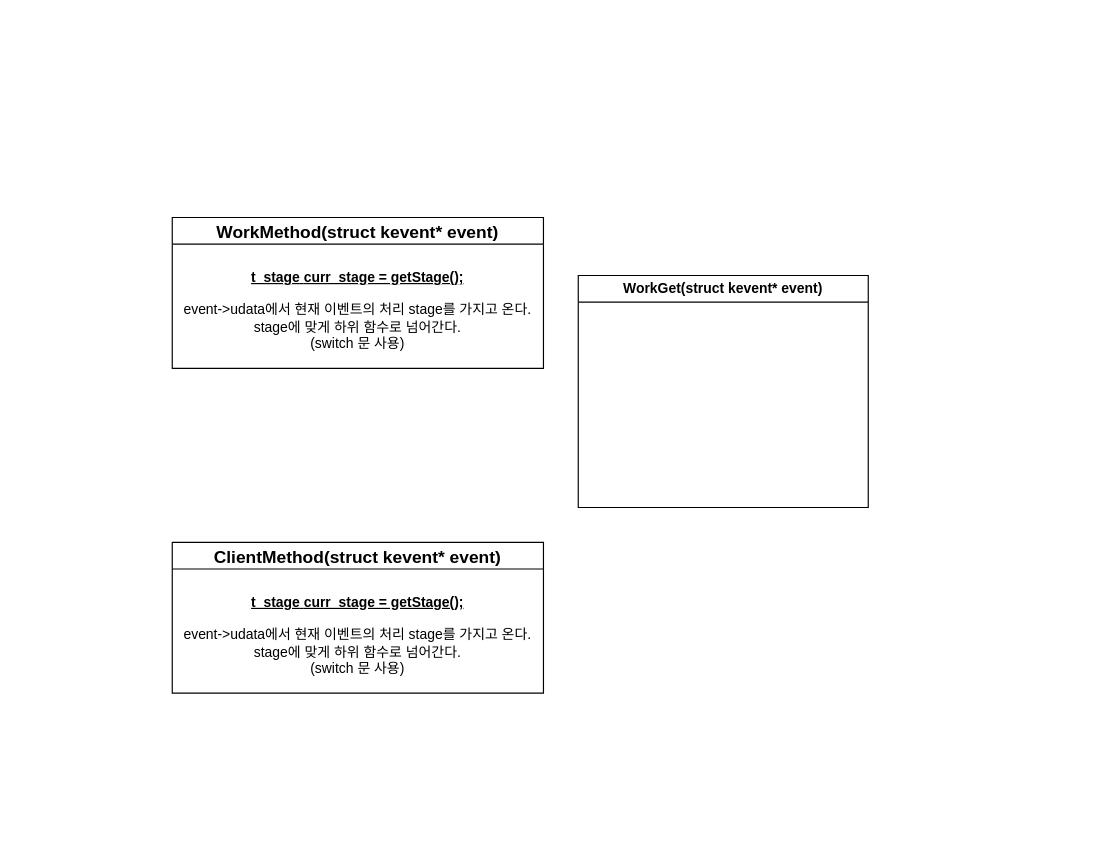
Above: page "method_overall" (3 of 3) of webserv2.0.drawio in webservVer2-0/webServ (draw.io), before the change. Source tidied: cells renumbered, new cells numbered last; positions are measured from the earlier drawing's top-left corner, leaving out a move shared by most shapes. Both pictures are drawn from the tidied source at 116%, with x=0, y=0 at pixel (172, 217).
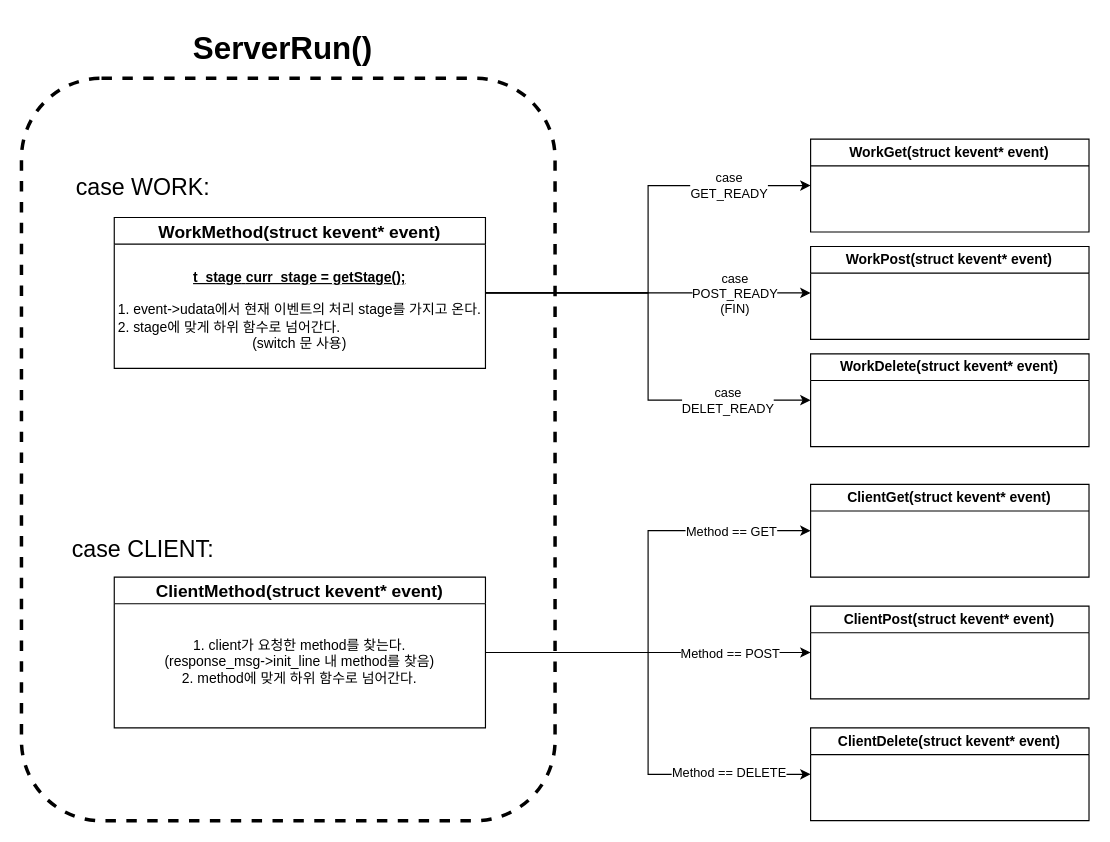
Above is the later version.

Commit message:
WIP: method들이 ServerRun()내 어떻게 구현될지 기본틀을 작성중

Change to the diagram source:
```diff
@@
+    <mxCell id="7" style="rounded=1;whiteSpace=wrap;html=1;fillColor=none;dashed=1;strokeWidth=3;" parent="1" vertex="1">
+      <mxGeometry x="-130" y="-120" width="460" height="640" as="geometry" />
+    </mxCell>
+    <mxCell id="8" style="edgeStyle=orthogonalEdgeStyle;rounded=0;jettySize=auto;html=1;entryX=0;entryY=0.5;entryDx=0;entryDy=0;" parent="1" edge="1" source="2" target="6">
+      <mxGeometry relative="1" as="geometry" />
+    </mxCell>
+    <mxCell id="9" value="case &lt;br&gt;GET_READY" style="edgeLabel;html=1;align=center;verticalAlign=middle;" parent="8" vertex="1">
+      <mxGeometry x="0.53" y="-1" relative="1" as="geometry">
+        <mxPoint x="17" y="-1" as="offset" />
+      </mxGeometry>
+    </mxCell>
+    <mxCell id="10" style="edgeStyle=orthogonalEdgeStyle;rounded=0;jettySize=auto;html=1;entryX=0;entryY=0.5;entryDx=0;entryDy=0;" parent="1" edge="1" source="2" target="20">
+      <mxGeometry relative="1" as="geometry" />
+    </mxCell>
+    <mxCell id="11" value="case &lt;br&gt;POST_READY&lt;br&gt;(FIN)" style="edgeLabel;html=1;align=center;verticalAlign=middle;" parent="10" vertex="1">
+      <mxGeometry x="0.28" y="2" relative="1" as="geometry">
+        <mxPoint x="35" y="2" as="offset" />
+      </mxGeometry>
+    </mxCell>
+    <mxCell id="12" style="edgeStyle=orthogonalEdgeStyle;rounded=0;jettySize=auto;html=1;entryX=0;entryY=0.5;entryDx=0;entryDy=0;" parent="1" edge="1" source="2" target="21">
+      <mxGeometry relative="1" as="geometry" />
+    </mxCell>
+    <mxCell id="13" value="case&lt;br&gt;DELET_READY" style="edgeLabel;html=1;align=center;verticalAlign=middle;" parent="12" vertex="1">
+      <mxGeometry x="0.54" y="-2" relative="1" as="geometry">
+        <mxPoint x="14" y="-2" as="offset" />
+      </mxGeometry>
+    </mxCell>
     <mxCell id="2" value="&lt;font style=&quot;font-size: 15px;&quot;&gt;WorkMethod(struct kevent* event)&lt;/font&gt;" style="swimlane;whiteSpace=wrap;html=1;" parent="1" vertex="1">
-      <mxGeometry width="320" height="130" as="geometry" />
+      <mxGeometry x="-50" width="320" height="130" as="geometry" />
     </mxCell>
-    <mxCell id="3" value="&lt;u&gt;&lt;b&gt;t_stage&lt;span style=&quot;white-space: pre;&quot;&gt; &lt;/span&gt;curr_stage = getStage();&lt;br&gt;&lt;/b&gt;&lt;/u&gt;&lt;br&gt;event-&amp;gt;udata에서 현재 이벤트의 처리 stage를 가지고 온다.&lt;br&gt;stage에 맞게 하위 함수로 넘어간다.&lt;br&gt;(switch 문 사용)" style="text;strokeColor=none;align=center;fillColor=none;html=1;verticalAlign=middle;whiteSpace=wrap;rounded=0;" parent="2" vertex="1">
+    <mxCell id="3" value="&lt;u&gt;&lt;b&gt;t_stage&lt;span style=&quot;white-space: pre;&quot;&gt; &lt;/span&gt;curr_stage = getStage();&lt;br&gt;&lt;/b&gt;&lt;/u&gt;&lt;br&gt;1. event-&amp;gt;udata에서 현재 이벤트의 처리 stage를 가지고 온다.&lt;br&gt;&lt;div style=&quot;text-align: left;&quot;&gt;&lt;span style=&quot;background-color: initial;&quot;&gt;2. stage에 맞게 하위 함수로 넘어간다.&lt;/span&gt;&lt;/div&gt;(switch 문 사용)" style="text;strokeColor=none;align=center;fillColor=none;html=1;verticalAlign=middle;whiteSpace=wrap;rounded=0;" parent="2" vertex="1">
       <mxGeometry y="30" width="320" height="100" as="geometry" />
     </mxCell>
+    <mxCell id="14" style="edgeStyle=orthogonalEdgeStyle;rounded=0;jettySize=auto;html=1;entryX=0;entryY=0.5;entryDx=0;entryDy=0;" parent="1" edge="1" source="4" target="22">
+      <mxGeometry relative="1" as="geometry" />
+    </mxCell>
+    <mxCell id="15" value="Method == GET" style="edgeLabel;html=1;align=center;verticalAlign=middle;" parent="14" vertex="1">
+      <mxGeometry x="0.53" y="1" relative="1" as="geometry">
+        <mxPoint x="21" y="1" as="offset" />
+      </mxGeometry>
+    </mxCell>
+    <mxCell id="16" style="edgeStyle=orthogonalEdgeStyle;rounded=0;jettySize=auto;html=1;entryX=0;entryY=0.5;entryDx=0;entryDy=0;" parent="1" edge="1" source="4" target="23">
+      <mxGeometry relative="1" as="geometry" />
+    </mxCell>
+    <mxCell id="17" value="Method == POST" style="edgeLabel;html=1;align=center;verticalAlign=middle;" parent="16" vertex="1">
+      <mxGeometry x="0.45" relative="1" as="geometry">
+        <mxPoint x="7" as="offset" />
+      </mxGeometry>
+    </mxCell>
+    <mxCell id="18" style="edgeStyle=orthogonalEdgeStyle;rounded=0;jettySize=auto;html=1;entryX=0;entryY=0.5;entryDx=0;entryDy=0;" parent="1" edge="1" source="4" target="24">
+      <mxGeometry relative="1" as="geometry" />
+    </mxCell>
+    <mxCell id="19" value="Method == DELETE" style="edgeLabel;html=1;align=center;verticalAlign=middle;" parent="18" vertex="1">
+      <mxGeometry x="0.63" y="2" relative="1" as="geometry" />
+    </mxCell>
     <mxCell id="4" value="&lt;font style=&quot;font-size: 15px;&quot;&gt;ClientMethod(struct kevent* event)&lt;/font&gt;" style="swimlane;whiteSpace=wrap;html=1;" parent="1" vertex="1">
-      <mxGeometry y="280" width="320" height="130" as="geometry" />
+      <mxGeometry x="-50" y="310" width="320" height="130" as="geometry" />
     </mxCell>
-    <mxCell id="5" value="&lt;u&gt;&lt;b&gt;t_stage&lt;span style=&quot;white-space: pre;&quot;&gt; &lt;/span&gt;curr_stage = getStage();&lt;br&gt;&lt;/b&gt;&lt;/u&gt;&lt;br&gt;event-&amp;gt;udata에서 현재 이벤트의 처리 stage를 가지고 온다.&lt;br&gt;stage에 맞게 하위 함수로 넘어간다.&lt;br&gt;(switch 문 사용)" style="text;strokeColor=none;align=center;fillColor=none;html=1;verticalAlign=middle;whiteSpace=wrap;rounded=0;" parent="4" vertex="1">
+    <mxCell id="5" value="&lt;span&gt;&lt;span&gt;1. client가 요청한 method를 찾는다.&lt;br&gt;(response_msg-&amp;gt;init_line 내 method를 찾음)&lt;br&gt;2. method에 맞게 하위 함수로 넘어간다.&lt;br&gt;&lt;br&gt;&lt;/span&gt;&lt;/span&gt;" style="text;strokeColor=none;align=center;fillColor=none;html=1;verticalAlign=middle;whiteSpace=wrap;rounded=0;fontStyle=0;" parent="4" vertex="1">
       <mxGeometry y="30" width="320" height="100" as="geometry" />
     </mxCell>
     <mxCell id="6" value="WorkGet(struct kevent* event)" style="swimlane;whiteSpace=wrap;html=1;" parent="1" vertex="1">
-      <mxGeometry x="350" y="50" width="250" height="200" as="geometry" />
+      <mxGeometry x="550.3" y="-67.5" width="240" height="80" as="geometry" />
     </mxCell>
+    <mxCell id="20" value="WorkPost(struct kevent* event)" style="swimlane;whiteSpace=wrap;html=1;" parent="1" vertex="1">
+      <mxGeometry x="550.3" y="25" width="240" height="80" as="geometry" />
+    </mxCell>
+    <mxCell id="21" value="WorkDelete(struct kevent* event)" style="swimlane;whiteSpace=wrap;html=1;" parent="1" vertex="1">
+      <mxGeometry x="550.3" y="117.5" width="240" height="80" as="geometry" />
+    </mxCell>
+    <mxCell id="22" value="ClientGet(struct kevent* event)" style="swimlane;whiteSpace=wrap;html=1;" parent="1" vertex="1">
+      <mxGeometry x="550.3" y="230" width="240" height="80" as="geometry" />
+    </mxCell>
+    <mxCell id="23" value="ClientPost(struct kevent* event)" style="swimlane;whiteSpace=wrap;html=1;" parent="1" vertex="1">
+      <mxGeometry x="550.3" y="335" width="240" height="80" as="geometry" />
+    </mxCell>
+    <mxCell id="24" value="ClientDelete(struct kevent* event)" style="swimlane;whiteSpace=wrap;html=1;" parent="1" vertex="1">
+      <mxGeometry x="550.3" y="440" width="240" height="80" as="geometry" />
+    </mxCell>
+    <mxCell id="25" value="case WORK:" style="text;strokeColor=none;align=center;fillColor=none;html=1;verticalAlign=middle;whiteSpace=wrap;rounded=0;fontSize=20;" parent="1" vertex="1">
+      <mxGeometry x="-90" y="-42.5" width="130" height="30" as="geometry" />
+    </mxCell>
+    <mxCell id="26" value="case CLIENT:" style="text;strokeColor=none;align=center;fillColor=none;html=1;verticalAlign=middle;whiteSpace=wrap;rounded=0;fontSize=20;" parent="1" vertex="1">
+      <mxGeometry x="-90" y="270" width="130" height="30" as="geometry" />
+    </mxCell>
+    <mxCell id="27" value="ServerRun()" style="text;html=1;align=center;verticalAlign=middle;strokeColor=none;fillColor=none;fontSize=27;fontStyle=1;" parent="1" vertex="1">
+      <mxGeometry x="5" y="-170" width="180" height="50" as="geometry" />
+    </mxCell>
```
